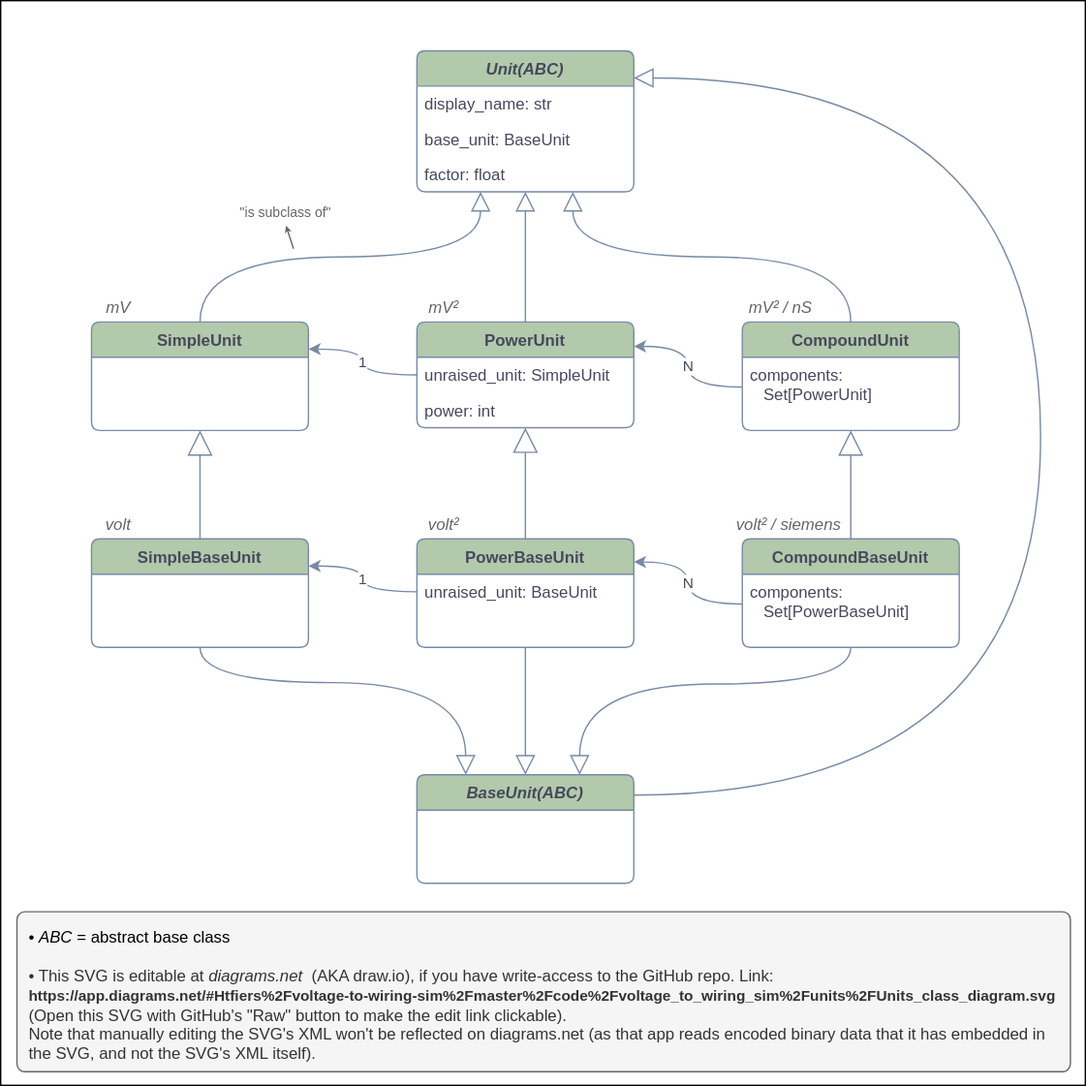
tfiers/unitlib keeps this draw.io diagram as yunit/unit/Units_class_diagram.svg. Above is the earlier version. Source tidied: cells renumbered, new cells last; positions are measured from the earlier drawing's top-left corner, leaving out a move shared by most shapes.
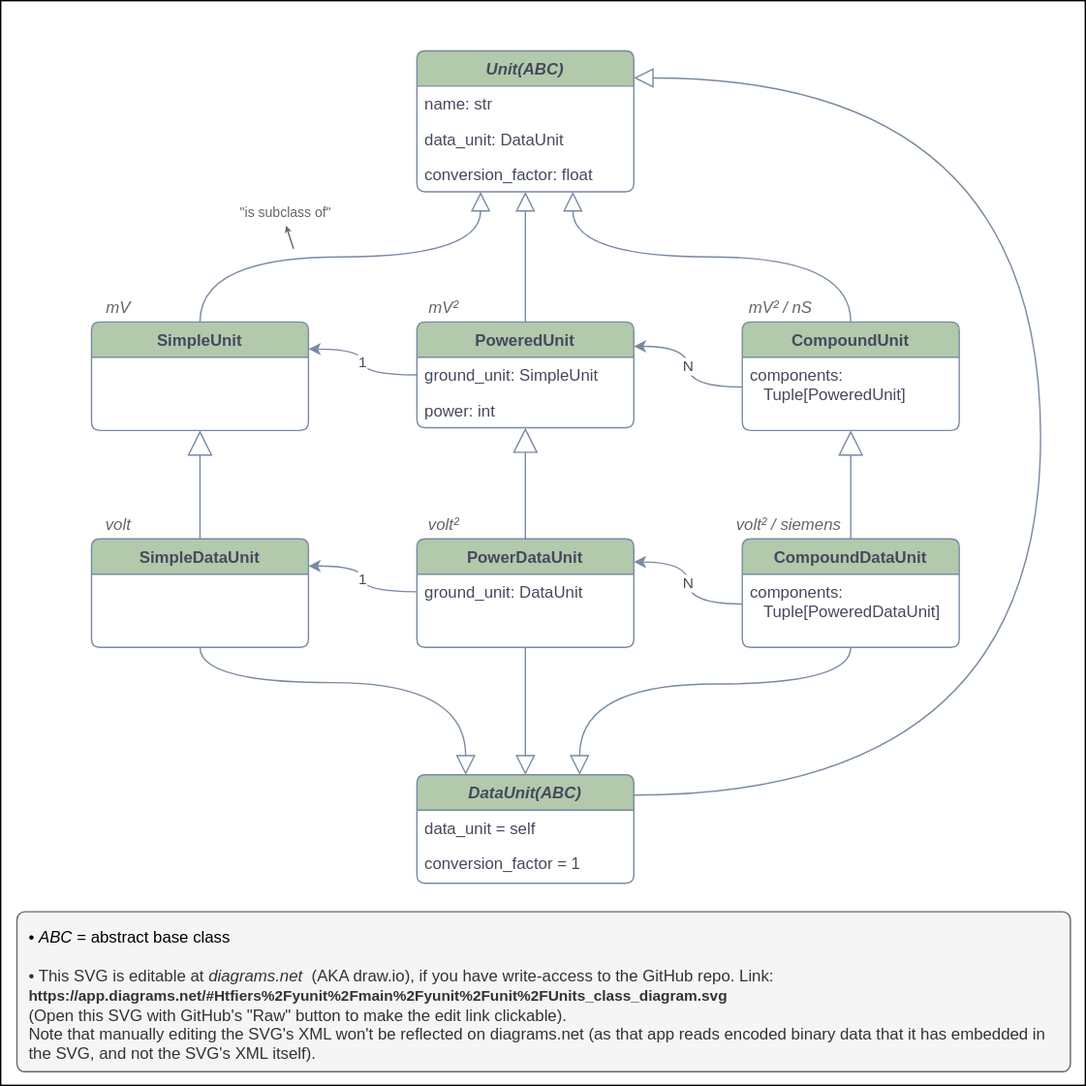
The same diagram one commit later.

The edit, as a diff of the source:
```diff
@@ -82,7 +82,7 @@
         </Array>
       </mxGeometry>
     </mxCell>
-    <mxCell id="17" value="&lt;span style=&quot;color: rgb(0 , 0 , 0) ; text-align: center&quot;&gt;• &lt;i&gt;ABC&lt;/i&gt; = abstract base class&lt;/span&gt;&lt;i&gt;&lt;br&gt;&lt;br&gt;&lt;/i&gt;• This SVG is editable at &lt;i&gt;diagrams.net&amp;nbsp;&lt;/i&gt;&amp;nbsp;(AKA draw.io), if you have write-access to the GitHub repo. Link:&lt;br&gt;&lt;a href=&quot;https://app.diagrams.net/#Htfiers%2Fvoltage-to-wiring-sim%2Fmaster%2Fcode%2Fvoltage_to_wiring_sim%2Funits%2FUnits_class_diagram.svg&quot;&gt;&lt;font style=&quot;font-size: 11px&quot;&gt;&lt;b&gt;https://app.diagrams.net/#Htfiers%2Fvoltage-to-wiring-sim%2Fmaster%2Fcode%2Fvoltage_to_wiring_sim%2Funits%2FUnits_class_diagram.svg&lt;/b&gt;&lt;/font&gt;&lt;/a&gt;&lt;br&gt;(Open this SVG with GitHub's &quot;Raw&quot; button to make the edit link clickable).&lt;br&gt;Note that manually editing the SVG's XML won't be reflected on diagrams.net (as that app reads encoded binary data that it has embedded in the SVG, and not the SVG's XML itself)." style="text;html=1;align=left;verticalAlign=top;whiteSpace=wrap;rounded=1;fontSize=12;strokeColor=#666666;fillColor=#f5f5f5;fontColor=#333333;perimeterSpacing=8;arcSize=5;spacing=9;shadow=0;spacingTop=-2;" parent="1" vertex="1">
+    <mxCell id="17" value="&lt;span style=&quot;color: rgb(0 , 0 , 0) ; text-align: center&quot;&gt;• &lt;i&gt;ABC&lt;/i&gt; = abstract base class&lt;/span&gt;&lt;i&gt;&lt;br&gt;&lt;br&gt;&lt;/i&gt;• This SVG is editable at &lt;i&gt;diagrams.net&amp;nbsp;&lt;/i&gt;&amp;nbsp;(AKA draw.io), if you have write-access to the GitHub repo. Link:&lt;br&gt;&lt;span style=&quot;font-size: 11px&quot;&gt;&lt;b&gt;&lt;a href=&quot;https://app.diagrams.net/#Htfiers%2Fyunit%2Fmain%2Fyunit%2Funit%2FUnits_class_diagram.svg&quot;&gt;https://app.diagrams.net/#Htfiers%2Fyunit%2Fmain%2Fyunit%2Funit%2FUnits_class_diagram.svg&lt;/a&gt;&lt;/b&gt;&lt;/span&gt;&lt;br&gt;(Open this SVG with GitHub's &quot;Raw&quot; button to make the edit link clickable).&lt;br&gt;Note that manually editing the SVG's XML won't be reflected on diagrams.net (as that app reads encoded binary data that it has embedded in the SVG, and not the SVG's XML itself)." style="text;html=1;align=left;verticalAlign=top;whiteSpace=wrap;rounded=1;fontSize=12;strokeColor=#666666;fillColor=#f5f5f5;fontColor=#333333;perimeterSpacing=8;arcSize=5;spacing=9;shadow=0;spacingTop=-2;" parent="1" vertex="1">
       <mxGeometry x="12" y="672" width="777" height="118" as="geometry" />
     </mxCell>
     <mxCell id="18" value="mV" style="text;html=1;align=center;verticalAlign=middle;whiteSpace=wrap;rounded=0;fontSize=12;fontColor=#666666;fontStyle=2;" parent="1" vertex="1">
@@ -109,48 +109,54 @@
     <mxCell id="25" value="Unit(ABC)" style="swimlane;fontStyle=3;align=center;verticalAlign=top;horizontal=1;startSize=26;shadow=0;strokeWidth=1;spacing=0;fillColor=#B2C9AB;strokeColor=#788AA3;fontColor=#46495D;rounded=1;arcSize=8;spacingTop=2;" parent="1" vertex="1">
       <mxGeometry x="307" y="37" width="160" height="104" as="geometry" />
     </mxCell>
-    <mxCell id="26" value="display_name: str" style="text;strokeColor=none;fillColor=none;align=left;verticalAlign=top;spacingLeft=4;spacingRight=4;overflow=hidden;fontColor=#46495D;rounded=1;" parent="25" vertex="1">
+    <mxCell id="26" value="name: str" style="text;strokeColor=none;fillColor=none;align=left;verticalAlign=top;spacingLeft=4;spacingRight=4;overflow=hidden;fontColor=#46495D;rounded=1;" parent="25" vertex="1">
       <mxGeometry y="26" width="160" height="26" as="geometry" />
     </mxCell>
-    <mxCell id="27" value="base_unit: BaseUnit" style="text;strokeColor=none;fillColor=none;align=left;verticalAlign=top;spacingLeft=4;spacingRight=4;overflow=hidden;fontColor=#46495D;rounded=1;" parent="25" vertex="1">
+    <mxCell id="27" value="data_unit: DataUnit" style="text;strokeColor=none;fillColor=none;align=left;verticalAlign=top;spacingLeft=4;spacingRight=4;overflow=hidden;fontColor=#46495D;rounded=1;" parent="25" vertex="1">
       <mxGeometry y="52" width="160" height="26" as="geometry" />
     </mxCell>
-    <mxCell id="28" value="factor: float" style="text;strokeColor=none;fillColor=none;align=left;verticalAlign=top;spacingLeft=4;spacingRight=4;overflow=hidden;fontColor=#46495D;rounded=1;" parent="25" vertex="1">
+    <mxCell id="28" value="conversion_factor: float" style="text;strokeColor=none;fillColor=none;align=left;verticalAlign=top;spacingLeft=4;spacingRight=4;overflow=hidden;fontColor=#46495D;rounded=1;" parent="25" vertex="1">
       <mxGeometry y="78" width="160" height="26" as="geometry" />
     </mxCell>
-    <mxCell id="29" value="PowerUnit" style="swimlane;fontStyle=1;align=center;verticalAlign=top;horizontal=1;startSize=26;shadow=0;strokeWidth=1;spacing=0;fillColor=#B2C9AB;strokeColor=#788AA3;fontColor=#46495D;rounded=1;arcSize=8;spacingTop=2;" parent="1" vertex="1">
+    <mxCell id="29" value="PoweredUnit" style="swimlane;fontStyle=1;align=center;verticalAlign=top;horizontal=1;startSize=26;shadow=0;strokeWidth=1;spacing=0;fillColor=#B2C9AB;strokeColor=#788AA3;fontColor=#46495D;rounded=1;arcSize=8;spacingTop=2;" parent="1" vertex="1">
       <mxGeometry x="307" y="237" width="160" height="78" as="geometry" />
     </mxCell>
-    <mxCell id="30" value="unraised_unit: SimpleUnit" style="text;strokeColor=none;fillColor=none;align=left;verticalAlign=top;spacingLeft=4;spacingRight=4;overflow=hidden;points=[[0,0.5],[1,0.5]];portConstraint=eastwest;fontColor=#46495D;rounded=1;" parent="29" vertex="1">
+    <mxCell id="30" value="ground_unit: SimpleUnit" style="text;strokeColor=none;fillColor=none;align=left;verticalAlign=top;spacingLeft=4;spacingRight=4;overflow=hidden;points=[[0,0.5],[1,0.5]];portConstraint=eastwest;fontColor=#46495D;rounded=1;" parent="29" vertex="1">
       <mxGeometry y="26" width="160" height="26" as="geometry" />
     </mxCell>
     <mxCell id="31" value="power: int" style="text;strokeColor=none;fillColor=none;align=left;verticalAlign=top;spacingLeft=4;spacingRight=4;overflow=hidden;rounded=1;fontSize=12;fontColor=#46495D;" parent="29" vertex="1">
       <mxGeometry y="52" width="160" height="26" as="geometry" />
     </mxCell>
-    <mxCell id="32" value="PowerBaseUnit" style="swimlane;fontStyle=1;align=center;verticalAlign=top;horizontal=1;startSize=26;shadow=0;strokeWidth=1;spacing=0;fillColor=#B2C9AB;strokeColor=#788AA3;fontColor=#46495D;rounded=1;arcSize=8;spacingTop=2;" parent="1" vertex="1">
+    <mxCell id="32" value="PowerDataUnit" style="swimlane;fontStyle=1;align=center;verticalAlign=top;horizontal=1;startSize=26;shadow=0;strokeWidth=1;spacing=0;fillColor=#B2C9AB;strokeColor=#788AA3;fontColor=#46495D;rounded=1;arcSize=8;spacingTop=2;" parent="1" vertex="1">
       <mxGeometry x="307" y="397" width="160" height="80" as="geometry" />
     </mxCell>
-    <mxCell id="33" value="unraised_unit: BaseUnit" style="text;strokeColor=none;fillColor=none;align=left;verticalAlign=top;spacingLeft=4;spacingRight=4;overflow=hidden;points=[[0,0.5],[1,0.5]];portConstraint=eastwest;rounded=1;fontColor=#46495D;" parent="32" vertex="1">
+    <mxCell id="33" value="ground_unit: DataUnit" style="text;strokeColor=none;fillColor=none;align=left;verticalAlign=top;spacingLeft=4;spacingRight=4;overflow=hidden;points=[[0,0.5],[1,0.5]];portConstraint=eastwest;rounded=1;fontColor=#46495D;" parent="32" vertex="1">
       <mxGeometry y="26" width="160" height="26" as="geometry" />
     </mxCell>
-    <mxCell id="34" value="SimpleBaseUnit" style="swimlane;fontStyle=1;align=center;verticalAlign=top;horizontal=1;startSize=26;shadow=0;strokeWidth=1;spacing=0;fillColor=#B2C9AB;strokeColor=#788AA3;fontColor=#46495D;rounded=1;arcSize=8;spacingTop=2;" parent="1" vertex="1">
+    <mxCell id="34" value="SimpleDataUnit" style="swimlane;fontStyle=1;align=center;verticalAlign=top;horizontal=1;startSize=26;shadow=0;strokeWidth=1;spacing=0;fillColor=#B2C9AB;strokeColor=#788AA3;fontColor=#46495D;rounded=1;arcSize=8;spacingTop=2;" parent="1" vertex="1">
       <mxGeometry x="67" y="397" width="160" height="80" as="geometry" />
     </mxCell>
-    <mxCell id="35" value="CompoundBaseUnit" style="swimlane;fontStyle=1;align=center;verticalAlign=top;horizontal=1;startSize=26;shadow=0;strokeWidth=1;spacing=0;fillColor=#B2C9AB;strokeColor=#788AA3;fontColor=#46495D;rounded=1;arcSize=8;spacingTop=2;" parent="1" vertex="1">
+    <mxCell id="35" value="CompoundDataUnit" style="swimlane;fontStyle=1;align=center;verticalAlign=top;horizontal=1;startSize=26;shadow=0;strokeWidth=1;spacing=0;fillColor=#B2C9AB;strokeColor=#788AA3;fontColor=#46495D;rounded=1;arcSize=8;spacingTop=2;" parent="1" vertex="1">
       <mxGeometry x="547" y="397" width="160" height="80" as="geometry" />
     </mxCell>
-    <mxCell id="36" value="components:&#10;   Set[PowerBaseUnit]" style="text;strokeColor=none;fillColor=none;align=left;verticalAlign=top;spacingLeft=4;spacingRight=4;overflow=hidden;points=[[0,0.5],[1,0.5]];portConstraint=eastwest;rounded=1;fontColor=#46495D;fontSize=12;" parent="35" vertex="1">
+    <mxCell id="36" value="components:&#10;   Tuple[PoweredDataUnit]" style="text;strokeColor=none;fillColor=none;align=left;verticalAlign=top;spacingLeft=4;spacingRight=4;overflow=hidden;points=[[0,0.5],[1,0.5]];portConstraint=eastwest;rounded=1;fontColor=#46495D;fontSize=12;" parent="35" vertex="1">
       <mxGeometry y="26" width="160" height="44" as="geometry" />
     </mxCell>
     <mxCell id="37" value="CompoundUnit" style="swimlane;fontStyle=1;align=center;verticalAlign=top;horizontal=1;startSize=26;shadow=0;strokeWidth=1;spacing=0;fillColor=#B2C9AB;strokeColor=#788AA3;fontColor=#46495D;rounded=1;arcSize=8;spacingTop=2;" parent="1" vertex="1">
       <mxGeometry x="547" y="237" width="160" height="80" as="geometry" />
     </mxCell>
-    <mxCell id="38" value="components:&#10;   Set[PowerUnit]" style="text;strokeColor=none;fillColor=none;align=left;verticalAlign=top;spacingLeft=4;spacingRight=4;overflow=hidden;points=[[0,0.5],[1,0.5]];portConstraint=eastwest;rounded=1;fontColor=#46495D;" parent="37" vertex="1">
+    <mxCell id="38" value="components:&#10;   Tuple[PoweredUnit]" style="text;strokeColor=none;fillColor=none;align=left;verticalAlign=top;spacingLeft=4;spacingRight=4;overflow=hidden;points=[[0,0.5],[1,0.5]];portConstraint=eastwest;rounded=1;fontColor=#46495D;" parent="37" vertex="1">
       <mxGeometry y="26" width="160" height="44" as="geometry" />
     </mxCell>
-    <mxCell id="39" value="BaseUnit(ABC)" style="swimlane;fontStyle=3;align=center;verticalAlign=top;horizontal=1;startSize=26;shadow=0;strokeWidth=1;spacing=0;fillColor=#B2C9AB;strokeColor=#788AA3;fontColor=#46495D;rounded=1;arcSize=8;spacingTop=2;" parent="1" vertex="1">
+    <mxCell id="39" value="DataUnit(ABC)" style="swimlane;fontStyle=3;align=center;verticalAlign=top;horizontal=1;startSize=26;shadow=0;strokeWidth=1;spacing=0;fillColor=#B2C9AB;strokeColor=#788AA3;fontColor=#46495D;rounded=1;arcSize=8;spacingTop=2;" parent="1" vertex="1">
       <mxGeometry x="307" y="571" width="160" height="80" as="geometry" />
     </mxCell>
+    <mxCell id="42" value="data_unit = self" style="text;strokeColor=none;fillColor=none;align=left;verticalAlign=top;spacingLeft=4;spacingRight=4;overflow=hidden;fontColor=#46495D;rounded=1;" parent="39" vertex="1">
+      <mxGeometry y="26" width="160" height="26" as="geometry" />
+    </mxCell>
+    <mxCell id="43" value="conversion_factor = 1" style="text;strokeColor=none;fillColor=none;align=left;verticalAlign=top;spacingLeft=4;spacingRight=4;overflow=hidden;fontColor=#46495D;rounded=1;" parent="39" vertex="1">
+      <mxGeometry y="52" width="160" height="26" as="geometry" />
+    </mxCell>
     <mxCell id="40" value="&quot;is subclass of&quot;" style="text;html=1;strokeColor=none;fillColor=none;align=center;verticalAlign=middle;whiteSpace=wrap;rounded=0;fontColor=#666666;fontSize=10;" parent="1" vertex="1">
       <mxGeometry x="169" y="146" width="83" height="20" as="geometry" />
     </mxCell>
```
